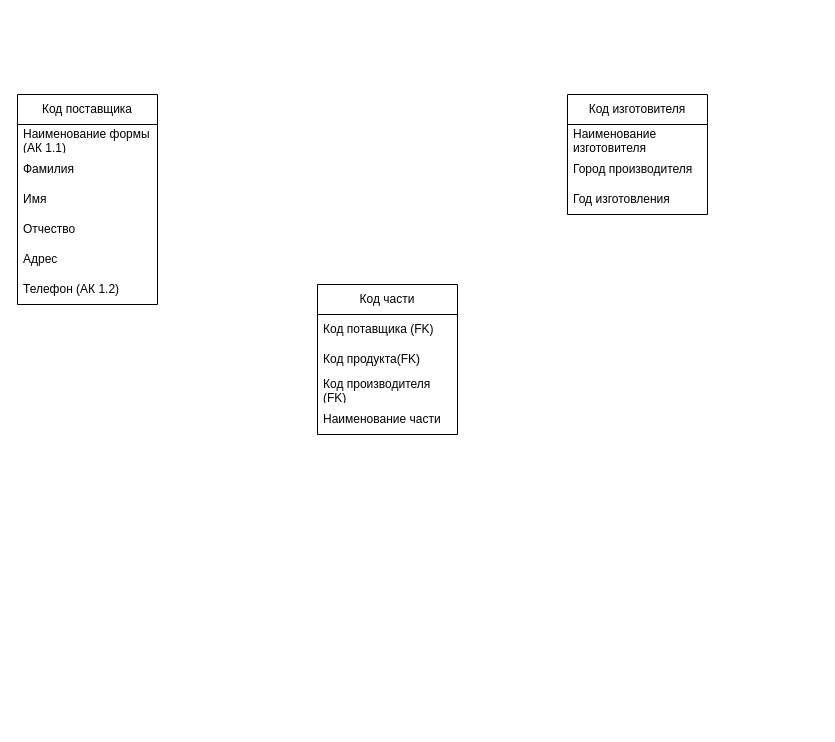
Above: 8.drawio in elena-ts/drawio (draw.io), before the change. Source tidied: cells renumbered, new cells numbered last; positions are measured from the earlier drawing's top-left corner, leaving out a move shared by most shapes. Both pictures are drawn from the tidied source at 100%, with x=0, y=0 at pixel (17, 94).
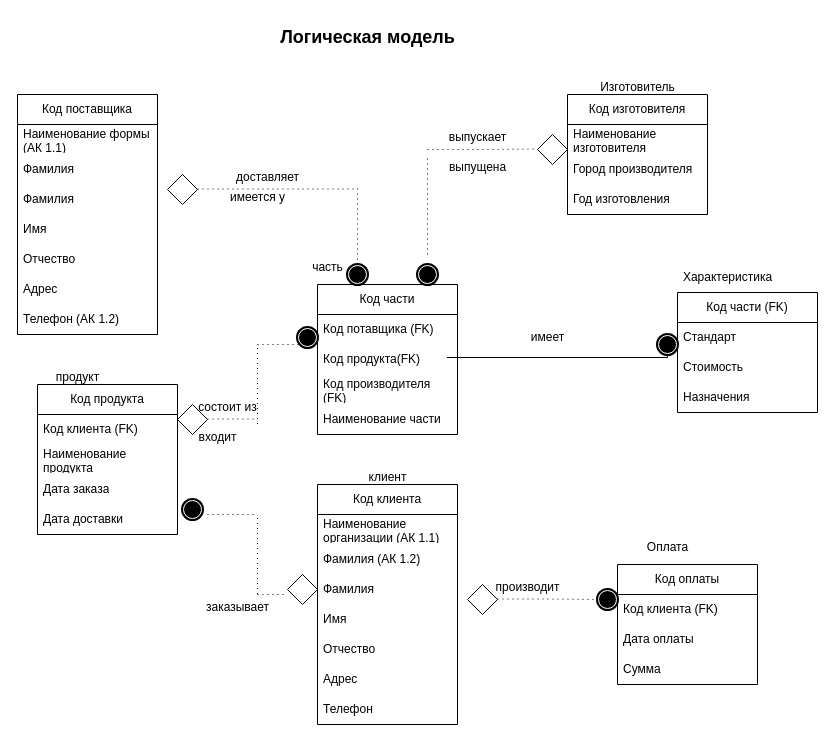
Above is the later version.

What changed in the source:
```diff
@@
     <mxCell id="2" value="Код поставщика" style="swimlane;fontStyle=0;horizontal=1;startSize=30;whiteSpace=wrap;html=1;" parent="1" vertex="1">
-      <mxGeometry width="140" height="210" as="geometry" />
+      <mxGeometry width="140" height="240" as="geometry" />
     </mxCell>
@@
+    <mxCell id="18" value="Фамилия&amp;nbsp;" style="text;strokeColor=none;fillColor=none;align=left;verticalAlign=middle;spacingLeft=4;spacingRight=4;overflow=hidden;whiteSpace=wrap;html=1;" parent="2" vertex="1">
+      <mxGeometry y="90" width="140" height="30" as="geometry" />
+    </mxCell>
     <mxCell id="5" value="Имя" style="text;strokeColor=none;fillColor=none;align=left;verticalAlign=middle;spacingLeft=4;spacingRight=4;overflow=hidden;whiteSpace=wrap;html=1;" parent="2" vertex="1">
-      <mxGeometry y="90" width="140" height="30" as="geometry" />
+      <mxGeometry y="120" width="140" height="30" as="geometry" />
     </mxCell>
     <mxCell id="6" value="Отчество" style="text;strokeColor=none;fillColor=none;align=left;verticalAlign=middle;spacingLeft=4;spacingRight=4;overflow=hidden;whiteSpace=wrap;html=1;" parent="2" vertex="1">
-      <mxGeometry y="120" width="140" height="30" as="geometry" />
+      <mxGeometry y="150" width="140" height="30" as="geometry" />
     </mxCell>
     <mxCell id="7" value="Адрес" style="text;strokeColor=none;fillColor=none;align=left;verticalAlign=middle;spacingLeft=4;spacingRight=4;overflow=hidden;whiteSpace=wrap;html=1;" parent="2" vertex="1">
-      <mxGeometry y="150" width="140" height="30" as="geometry" />
+      <mxGeometry y="180" width="140" height="30" as="geometry" />
     </mxCell>
     <mxCell id="8" value="Телефон (АК 1.2)" style="text;strokeColor=none;fillColor=none;align=left;verticalAlign=middle;spacingLeft=4;spacingRight=4;overflow=hidden;whiteSpace=wrap;html=1;" parent="2" vertex="1">
-      <mxGeometry y="180" width="140" height="30" as="geometry" />
+      <mxGeometry y="210" width="140" height="30" as="geometry" />
     </mxCell>
@@
+    <mxCell id="19" style="shape=mxgraph.bpmn.gateway2;html=1;verticalLabelPosition=bottom;labelBackgroundColor=#ffffff;verticalAlign=top;align=center;perimeter=rhombusPerimeter;outline=none;symbol=none;" parent="1" vertex="1">
+      <mxGeometry x="150" y="80" width="30" height="30" as="geometry" />
+    </mxCell>
+    <mxCell id="20" style="shape=mxgraph.bpmn.gateway2;html=1;verticalLabelPosition=bottom;labelBackgroundColor=#ffffff;verticalAlign=top;align=center;perimeter=rhombusPerimeter;outline=none;symbol=none;" parent="1" vertex="1">
+      <mxGeometry x="520" y="40" width="30" height="30" as="geometry" />
+    </mxCell>
+    <mxCell id="21" style="shape=mxgraph.bpmn.event;html=1;verticalLabelPosition=bottom;labelBackgroundColor=#ffffff;verticalAlign=top;align=center;perimeter=ellipsePerimeter;outline=end;symbol=terminate;" parent="1" vertex="1">
+      <mxGeometry x="400" y="170" width="20" height="20" as="geometry" />
+    </mxCell>
+    <mxCell id="22" style="edgeStyle=elbowEdgeStyle;fontSize=12;html=1;endFill=0;startFill=0;endSize=6;startSize=6;dashed=1;dashPattern=1 4;endArrow=none;startArrow=none;rounded=0;elbow=vertical;" parent="1" edge="1" source="25">
+      <mxGeometry relative="1" as="geometry">
+        <mxPoint x="340" y="90.5" as="targetPoint" />
+      </mxGeometry>
+    </mxCell>
+    <mxCell id="23" style="edgeStyle=elbowEdgeStyle;fontSize=12;html=1;endFill=0;startFill=0;endSize=6;startSize=6;dashed=1;dashPattern=1 4;endArrow=none;startArrow=none;rounded=0;" parent="1" edge="1">
+      <mxGeometry relative="1" as="geometry">
+        <mxPoint x="180" y="94.5" as="sourcePoint" />
+        <mxPoint x="340" y="94.5" as="targetPoint" />
+      </mxGeometry>
+    </mxCell>
+    <mxCell id="24" style="edgeStyle=elbowEdgeStyle;fontSize=12;html=1;endFill=0;startFill=0;endSize=6;startSize=6;dashed=1;dashPattern=1 4;endArrow=none;startArrow=none;rounded=0;elbow=vertical;" parent="1" edge="1" target="25">
+      <mxGeometry relative="1" as="geometry">
+        <mxPoint x="340" y="180" as="sourcePoint" />
+      </mxGeometry>
+    </mxCell>
+    <mxCell id="25" style="points=[[0.145,0.145,0],[0.5,0,0],[0.855,0.145,0],[1,0.5,0],[0.855,0.855,0],[0.5,1,0],[0.145,0.855,0],[0,0.5,0]];shape=mxgraph.bpmn.event;html=1;verticalLabelPosition=bottom;labelBackgroundColor=#ffffff;verticalAlign=top;align=center;perimeter=ellipsePerimeter;outlineConnect=0;outline=end;symbol=terminate;" parent="1" vertex="1">
+      <mxGeometry x="330" y="170" width="20" height="20" as="geometry" />
+    </mxCell>
+    <mxCell id="26" style="edgeStyle=elbowEdgeStyle;fontSize=12;html=1;endFill=0;startFill=0;endSize=6;startSize=6;dashed=1;dashPattern=1 4;endArrow=none;startArrow=none;rounded=0;" parent="1" edge="1">
+      <mxGeometry relative="1" as="geometry">
+        <mxPoint x="410" y="55" as="sourcePoint" />
+        <mxPoint x="520" y="54.5" as="targetPoint" />
+      </mxGeometry>
+    </mxCell>
+    <mxCell id="27" style="edgeStyle=elbowEdgeStyle;fontSize=12;html=1;endFill=0;startFill=0;endSize=6;startSize=6;dashed=1;dashPattern=1 4;endArrow=none;startArrow=none;rounded=0;elbow=vertical;" parent="1" edge="1">
+      <mxGeometry relative="1" as="geometry">
+        <mxPoint x="410" y="160" as="sourcePoint" />
+        <mxPoint x="410" y="60" as="targetPoint" />
+      </mxGeometry>
+    </mxCell>
+    <mxCell id="28" value="Код продукта" style="swimlane;fontStyle=0;horizontal=1;startSize=30;whiteSpace=wrap;html=1;" parent="1" vertex="1">
+      <mxGeometry x="20" y="290" width="140" height="150" as="geometry" />
+    </mxCell>
+    <mxCell id="29" value="Код клиента (FK)" style="text;strokeColor=none;fillColor=none;align=left;verticalAlign=middle;spacingLeft=4;spacingRight=4;overflow=hidden;whiteSpace=wrap;html=1;" parent="28" vertex="1">
+      <mxGeometry y="30" width="140" height="30" as="geometry" />
+    </mxCell>
+    <mxCell id="30" value="Наименование продукта" style="text;strokeColor=none;fillColor=none;align=left;verticalAlign=middle;spacingLeft=4;spacingRight=4;overflow=hidden;whiteSpace=wrap;html=1;" parent="28" vertex="1">
+      <mxGeometry y="60" width="140" height="30" as="geometry" />
+    </mxCell>
+    <mxCell id="31" value="Дата заказа" style="text;strokeColor=none;fillColor=none;align=left;verticalAlign=middle;spacingLeft=4;spacingRight=4;overflow=hidden;whiteSpace=wrap;html=1;" parent="28" vertex="1">
+      <mxGeometry y="90" width="140" height="30" as="geometry" />
+    </mxCell>
+    <mxCell id="32" value="Дата доставки" style="text;strokeColor=none;fillColor=none;align=left;verticalAlign=middle;spacingLeft=4;spacingRight=4;overflow=hidden;whiteSpace=wrap;html=1;" parent="28" vertex="1">
+      <mxGeometry y="120" width="140" height="30" as="geometry" />
+    </mxCell>
+    <mxCell id="33" style="shape=mxgraph.bpmn.gateway2;html=1;verticalLabelPosition=bottom;labelBackgroundColor=#ffffff;verticalAlign=top;align=center;perimeter=rhombusPerimeter;outline=none;symbol=none;" parent="1" vertex="1">
+      <mxGeometry x="160" y="310" width="30" height="30" as="geometry" />
+    </mxCell>
+    <mxCell id="34" style="shape=mxgraph.bpmn.event;html=1;verticalLabelPosition=bottom;labelBackgroundColor=#ffffff;verticalAlign=top;align=center;perimeter=ellipsePerimeter;outline=end;symbol=terminate;" parent="1" vertex="1">
+      <mxGeometry x="165" y="405" width="20" height="20" as="geometry" />
+    </mxCell>
+    <mxCell id="35" style="edgeStyle=elbowEdgeStyle;fontSize=12;html=1;endFill=0;startFill=0;endSize=6;startSize=6;dashed=1;dashPattern=1 4;endArrow=none;startArrow=none;rounded=0;" parent="1" edge="1">
+      <mxGeometry relative="1" as="geometry">
+        <mxPoint x="190" y="324.5" as="sourcePoint" />
+        <mxPoint x="240" y="324.5" as="targetPoint" />
+      </mxGeometry>
+    </mxCell>
+    <mxCell id="36" style="edgeStyle=elbowEdgeStyle;fontSize=12;html=1;endFill=0;startFill=0;endSize=6;startSize=6;dashed=1;dashPattern=1 4;endArrow=none;startArrow=none;rounded=0;elbow=vertical;" parent="1" edge="1">
+      <mxGeometry relative="1" as="geometry">
+        <mxPoint x="240" y="329.5" as="sourcePoint" />
+        <mxPoint x="240" y="250" as="targetPoint" />
+      </mxGeometry>
+    </mxCell>
+    <mxCell id="37" style="edgeStyle=elbowEdgeStyle;fontSize=12;html=1;endFill=0;startFill=0;endSize=6;startSize=6;dashed=1;dashPattern=1 4;endArrow=none;startArrow=none;rounded=0;" parent="1" edge="1">
+      <mxGeometry relative="1" as="geometry">
+        <mxPoint x="240" y="250" as="sourcePoint" />
+        <mxPoint x="290" y="250" as="targetPoint" />
+      </mxGeometry>
+    </mxCell>
+    <mxCell id="38" style="shape=mxgraph.bpmn.event;html=1;verticalLabelPosition=bottom;labelBackgroundColor=#ffffff;verticalAlign=top;align=center;perimeter=ellipsePerimeter;outline=end;symbol=terminate;" parent="1" vertex="1">
+      <mxGeometry x="280" y="233" width="20" height="20" as="geometry" />
+    </mxCell>
+    <mxCell id="39" value="Код клиента" style="swimlane;fontStyle=0;horizontal=1;startSize=30;whiteSpace=wrap;html=1;" parent="1" vertex="1">
+      <mxGeometry x="300" y="390" width="140" height="240" as="geometry" />
+    </mxCell>
+    <mxCell id="40" value="Наименование организации (АК 1.1)" style="text;strokeColor=none;fillColor=none;align=left;verticalAlign=middle;spacingLeft=4;spacingRight=4;overflow=hidden;whiteSpace=wrap;html=1;" parent="39" vertex="1">
+      <mxGeometry y="30" width="140" height="30" as="geometry" />
+    </mxCell>
+    <mxCell id="41" value="Фамилия (АК 1.2)" style="text;strokeColor=none;fillColor=none;align=left;verticalAlign=middle;spacingLeft=4;spacingRight=4;overflow=hidden;whiteSpace=wrap;html=1;" parent="39" vertex="1">
+      <mxGeometry y="60" width="140" height="30" as="geometry" />
+    </mxCell>
+    <mxCell id="42" value="Фамилия&amp;nbsp;" style="text;strokeColor=none;fillColor=none;align=left;verticalAlign=middle;spacingLeft=4;spacingRight=4;overflow=hidden;whiteSpace=wrap;html=1;" parent="39" vertex="1">
+      <mxGeometry y="90" width="140" height="30" as="geometry" />
+    </mxCell>
+    <mxCell id="43" value="Имя" style="text;strokeColor=none;fillColor=none;align=left;verticalAlign=middle;spacingLeft=4;spacingRight=4;overflow=hidden;whiteSpace=wrap;html=1;" parent="39" vertex="1">
+      <mxGeometry y="120" width="140" height="30" as="geometry" />
+    </mxCell>
+    <mxCell id="44" value="Отчество" style="text;strokeColor=none;fillColor=none;align=left;verticalAlign=middle;spacingLeft=4;spacingRight=4;overflow=hidden;whiteSpace=wrap;html=1;" parent="39" vertex="1">
+      <mxGeometry y="150" width="140" height="30" as="geometry" />
+    </mxCell>
+    <mxCell id="45" value="Адрес" style="text;strokeColor=none;fillColor=none;align=left;verticalAlign=middle;spacingLeft=4;spacingRight=4;overflow=hidden;whiteSpace=wrap;html=1;" parent="39" vertex="1">
+      <mxGeometry y="180" width="140" height="30" as="geometry" />
+    </mxCell>
+    <mxCell id="46" value="Телефон&amp;nbsp;" style="text;strokeColor=none;fillColor=none;align=left;verticalAlign=middle;spacingLeft=4;spacingRight=4;overflow=hidden;whiteSpace=wrap;html=1;" parent="39" vertex="1">
+      <mxGeometry y="210" width="140" height="30" as="geometry" />
+    </mxCell>
+    <mxCell id="47" style="edgeStyle=elbowEdgeStyle;fontSize=12;html=1;endFill=0;startFill=0;endSize=6;startSize=6;dashed=1;dashPattern=1 4;endArrow=none;startArrow=none;rounded=0;" parent="1" edge="1">
+      <mxGeometry relative="1" as="geometry">
+        <mxPoint x="190" y="420" as="sourcePoint" />
+        <mxPoint x="240" y="420" as="targetPoint" />
+      </mxGeometry>
+    </mxCell>
+    <mxCell id="48" style="edgeStyle=elbowEdgeStyle;fontSize=12;html=1;endFill=0;startFill=0;endSize=6;startSize=6;dashed=1;dashPattern=1 4;endArrow=none;startArrow=none;rounded=0;elbow=vertical;" parent="1" edge="1">
+      <mxGeometry relative="1" as="geometry">
+        <mxPoint x="240" y="499.5" as="sourcePoint" />
+        <mxPoint x="240" y="420" as="targetPoint" />
+      </mxGeometry>
+    </mxCell>
+    <mxCell id="49" style="shape=mxgraph.bpmn.gateway2;html=1;verticalLabelPosition=bottom;labelBackgroundColor=#ffffff;verticalAlign=top;align=center;perimeter=rhombusPerimeter;outline=none;symbol=none;" parent="1" vertex="1">
+      <mxGeometry x="270" y="480" width="30" height="30" as="geometry" />
+    </mxCell>
+    <mxCell id="50" style="edgeStyle=elbowEdgeStyle;fontSize=12;html=1;endFill=0;startFill=0;endSize=6;startSize=6;dashed=1;dashPattern=1 4;endArrow=none;startArrow=none;rounded=0;" parent="1" edge="1">
+      <mxGeometry relative="1" as="geometry">
+        <mxPoint x="240" y="500" as="sourcePoint" />
+        <mxPoint x="270" y="500" as="targetPoint" />
+      </mxGeometry>
+    </mxCell>
+    <mxCell id="51" style="shape=partialRectangle;whiteSpace=wrap;html=1;top=0;left=0;fillColor=none;" parent="1" vertex="1">
+      <mxGeometry x="430" y="253" width="220" height="10" as="geometry" />
+    </mxCell>
+    <mxCell id="52" style="shape=mxgraph.bpmn.event;html=1;verticalLabelPosition=bottom;labelBackgroundColor=#ffffff;verticalAlign=top;align=center;perimeter=ellipsePerimeter;outline=end;symbol=terminate;" parent="1" vertex="1">
+      <mxGeometry x="640" y="240" width="20" height="20" as="geometry" />
+    </mxCell>
+    <mxCell id="53" value="Код части (FK)" style="swimlane;fontStyle=0;horizontal=1;startSize=30;whiteSpace=wrap;html=1;" parent="1" vertex="1">
+      <mxGeometry x="660" y="198" width="140" height="120" as="geometry" />
+    </mxCell>
+    <mxCell id="54" value="Стандарт" style="text;strokeColor=none;fillColor=none;align=left;verticalAlign=middle;spacingLeft=4;spacingRight=4;overflow=hidden;whiteSpace=wrap;html=1;" parent="53" vertex="1">
+      <mxGeometry y="30" width="140" height="30" as="geometry" />
+    </mxCell>
+    <mxCell id="55" value="Стоимость" style="text;strokeColor=none;fillColor=none;align=left;verticalAlign=middle;spacingLeft=4;spacingRight=4;overflow=hidden;whiteSpace=wrap;html=1;" parent="53" vertex="1">
+      <mxGeometry y="60" width="140" height="30" as="geometry" />
+    </mxCell>
+    <mxCell id="56" value="Назначения" style="text;strokeColor=none;fillColor=none;align=left;verticalAlign=middle;spacingLeft=4;spacingRight=4;overflow=hidden;whiteSpace=wrap;html=1;" parent="53" vertex="1">
+      <mxGeometry y="90" width="140" height="30" as="geometry" />
+    </mxCell>
+    <mxCell id="57" style="shape=mxgraph.bpmn.gateway2;html=1;verticalLabelPosition=bottom;labelBackgroundColor=#ffffff;verticalAlign=top;align=center;perimeter=rhombusPerimeter;outline=none;symbol=none;" parent="1" vertex="1">
+      <mxGeometry x="450" y="490" width="30" height="30" as="geometry" />
+    </mxCell>
+    <mxCell id="58" style="edgeStyle=elbowEdgeStyle;fontSize=12;html=1;endFill=0;startFill=0;endSize=6;startSize=6;dashed=1;dashPattern=1 4;endArrow=none;startArrow=none;rounded=0;" parent="1" edge="1" source="61">
+      <mxGeometry relative="1" as="geometry">
+        <mxPoint x="600" y="505" as="targetPoint" />
+      </mxGeometry>
+    </mxCell>
+    <mxCell id="59" style="edgeStyle=none;rounded=0;orthogonalLoop=1;jettySize=auto;html=1;exitX=0.855;exitY=0.145;exitDx=0;exitDy=0;exitPerimeter=0;entryX=0.145;entryY=0.145;entryDx=0;entryDy=0;entryPerimeter=0;" parent="1" edge="1" source="61" target="61">
+      <mxGeometry relative="1" as="geometry" />
+    </mxCell>
+    <mxCell id="60" style="edgeStyle=elbowEdgeStyle;fontSize=12;html=1;endFill=0;startFill=0;endSize=6;startSize=6;dashed=1;dashPattern=1 4;endArrow=none;startArrow=none;rounded=0;" parent="1" edge="1" target="61">
+      <mxGeometry relative="1" as="geometry">
+        <mxPoint x="480" y="504.5" as="sourcePoint" />
+      </mxGeometry>
+    </mxCell>
+    <mxCell id="61" style="points=[[0.145,0.145,0],[0.5,0,0],[0.855,0.145,0],[1,0.5,0],[0.855,0.855,0],[0.5,1,0],[0.145,0.855,0],[0,0.5,0]];shape=mxgraph.bpmn.event;html=1;verticalLabelPosition=bottom;labelBackgroundColor=#ffffff;verticalAlign=top;align=center;perimeter=ellipsePerimeter;outlineConnect=0;outline=end;symbol=terminate;" parent="1" vertex="1">
+      <mxGeometry x="580" y="495" width="20" height="20" as="geometry" />
+    </mxCell>
+    <mxCell id="62" value="Код оплаты" style="swimlane;fontStyle=0;horizontal=1;startSize=30;whiteSpace=wrap;html=1;" parent="1" vertex="1">
+      <mxGeometry x="600" y="470" width="140" height="120" as="geometry" />
+    </mxCell>
+    <mxCell id="63" value="Код клиента (FK)" style="text;strokeColor=none;fillColor=none;align=left;verticalAlign=middle;spacingLeft=4;spacingRight=4;overflow=hidden;whiteSpace=wrap;html=1;" parent="62" vertex="1">
+      <mxGeometry y="30" width="140" height="30" as="geometry" />
+    </mxCell>
+    <mxCell id="64" value="Дата оплаты&amp;nbsp;" style="text;strokeColor=none;fillColor=none;align=left;verticalAlign=middle;spacingLeft=4;spacingRight=4;overflow=hidden;whiteSpace=wrap;html=1;" parent="62" vertex="1">
+      <mxGeometry y="60" width="140" height="30" as="geometry" />
+    </mxCell>
+    <mxCell id="65" value="Сумма" style="text;strokeColor=none;fillColor=none;align=left;verticalAlign=middle;spacingLeft=4;spacingRight=4;overflow=hidden;whiteSpace=wrap;html=1;" parent="62" vertex="1">
+      <mxGeometry y="90" width="140" height="30" as="geometry" />
+    </mxCell>
+    <mxCell id="66" value="доставляет" style="text;html=1;align=center;verticalAlign=middle;strokeColor=none;fillColor=none;" parent="1" vertex="1">
+      <mxGeometry x="205" y="68" width="90" height="30" as="geometry" />
+    </mxCell>
+    <mxCell id="67" value="имеется у" style="text;html=1;align=center;verticalAlign=middle;strokeColor=none;fillColor=none;" parent="1" vertex="1">
+      <mxGeometry x="200" y="88" width="80" height="30" as="geometry" />
+    </mxCell>
+    <mxCell id="68" value="выпускает" style="text;html=1;align=center;verticalAlign=middle;strokeColor=none;fillColor=none;" parent="1" vertex="1">
+      <mxGeometry x="420" y="28" width="80" height="30" as="geometry" />
+    </mxCell>
+    <mxCell id="69" value="выпущена" style="text;html=1;align=center;verticalAlign=middle;strokeColor=none;fillColor=none;" parent="1" vertex="1">
+      <mxGeometry x="420" y="58" width="80" height="30" as="geometry" />
+    </mxCell>
+    <mxCell id="70" value="Изготовитель" style="text;html=1;align=center;verticalAlign=middle;strokeColor=none;fillColor=none;" parent="1" vertex="1">
+      <mxGeometry x="570" y="-22" width="100" height="30" as="geometry" />
+    </mxCell>
+    <mxCell id="71" value="Характеристика" style="text;html=1;align=center;verticalAlign=middle;strokeColor=none;fillColor=none;" parent="1" vertex="1">
+      <mxGeometry x="650" y="168" width="120" height="30" as="geometry" />
+    </mxCell>
+    <mxCell id="72" value="имеет" style="text;html=1;align=center;verticalAlign=middle;strokeColor=none;fillColor=none;" parent="1" vertex="1">
+      <mxGeometry x="500" y="228" width="60" height="30" as="geometry" />
+    </mxCell>
+    <mxCell id="73" value="Оплата" style="text;html=1;align=center;verticalAlign=middle;strokeColor=none;fillColor=none;" parent="1" vertex="1">
+      <mxGeometry x="615" y="438" width="70" height="30" as="geometry" />
+    </mxCell>
+    <mxCell id="74" value="производит" style="text;html=1;align=center;verticalAlign=middle;strokeColor=none;fillColor=none;" parent="1" vertex="1">
+      <mxGeometry x="465" y="478" width="90" height="30" as="geometry" />
+    </mxCell>
+    <mxCell id="75" value="клиент" style="text;html=1;align=center;verticalAlign=middle;strokeColor=none;fillColor=none;" parent="1" vertex="1">
+      <mxGeometry x="340" y="368" width="60" height="30" as="geometry" />
+    </mxCell>
+    <mxCell id="76" value="заказывает" style="text;html=1;align=center;verticalAlign=middle;strokeColor=none;fillColor=none;" parent="1" vertex="1">
+      <mxGeometry x="175" y="498" width="90" height="30" as="geometry" />
+    </mxCell>
+    <mxCell id="77" value="продукт" style="text;html=1;align=center;verticalAlign=middle;strokeColor=none;fillColor=none;" parent="1" vertex="1">
+      <mxGeometry x="25" y="268" width="70" height="30" as="geometry" />
+    </mxCell>
+    <mxCell id="78" value="часть" style="text;html=1;align=center;verticalAlign=middle;strokeColor=none;fillColor=none;" parent="1" vertex="1">
+      <mxGeometry x="285" y="158" width="50" height="30" as="geometry" />
+    </mxCell>
+    <mxCell id="79" value="состоит из" style="text;html=1;align=center;verticalAlign=middle;strokeColor=none;fillColor=none;" parent="1" vertex="1">
+      <mxGeometry x="170" y="298" width="80" height="30" as="geometry" />
+    </mxCell>
+    <mxCell id="80" value="входит" style="text;html=1;align=center;verticalAlign=middle;strokeColor=none;fillColor=none;" parent="1" vertex="1">
+      <mxGeometry x="170" y="328" width="60" height="30" as="geometry" />
+    </mxCell>
+    <mxCell id="81" value="&lt;font style=&quot;font-size: 18px;&quot;&gt;&lt;b&gt;Логическая модель&lt;/b&gt;&lt;/font&gt;" style="text;html=1;align=center;verticalAlign=middle;strokeColor=none;fillColor=none;" parent="1" vertex="1">
+      <mxGeometry x="250" y="-77" width="200" height="40" as="geometry" />
+    </mxCell>
```
